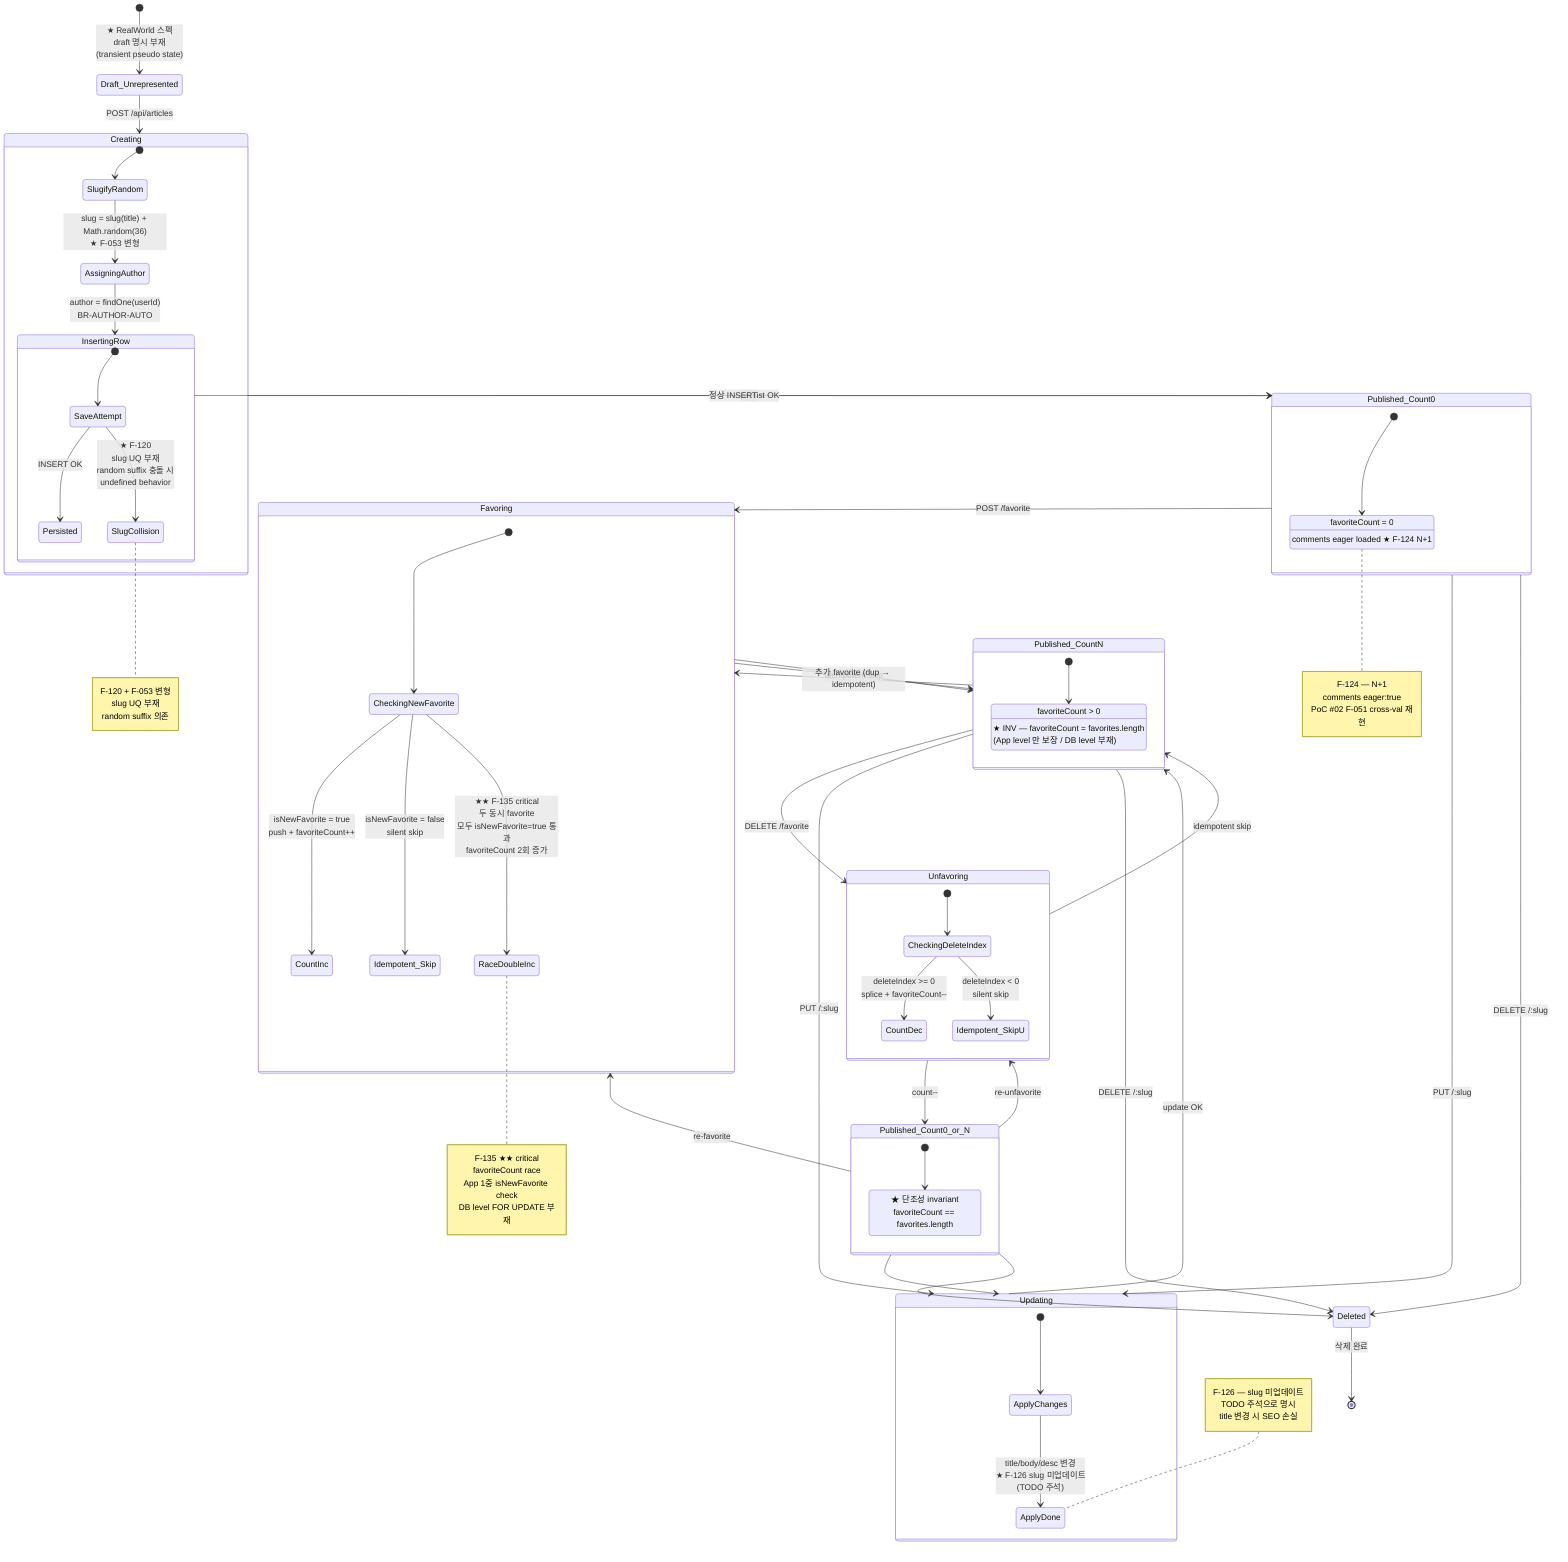
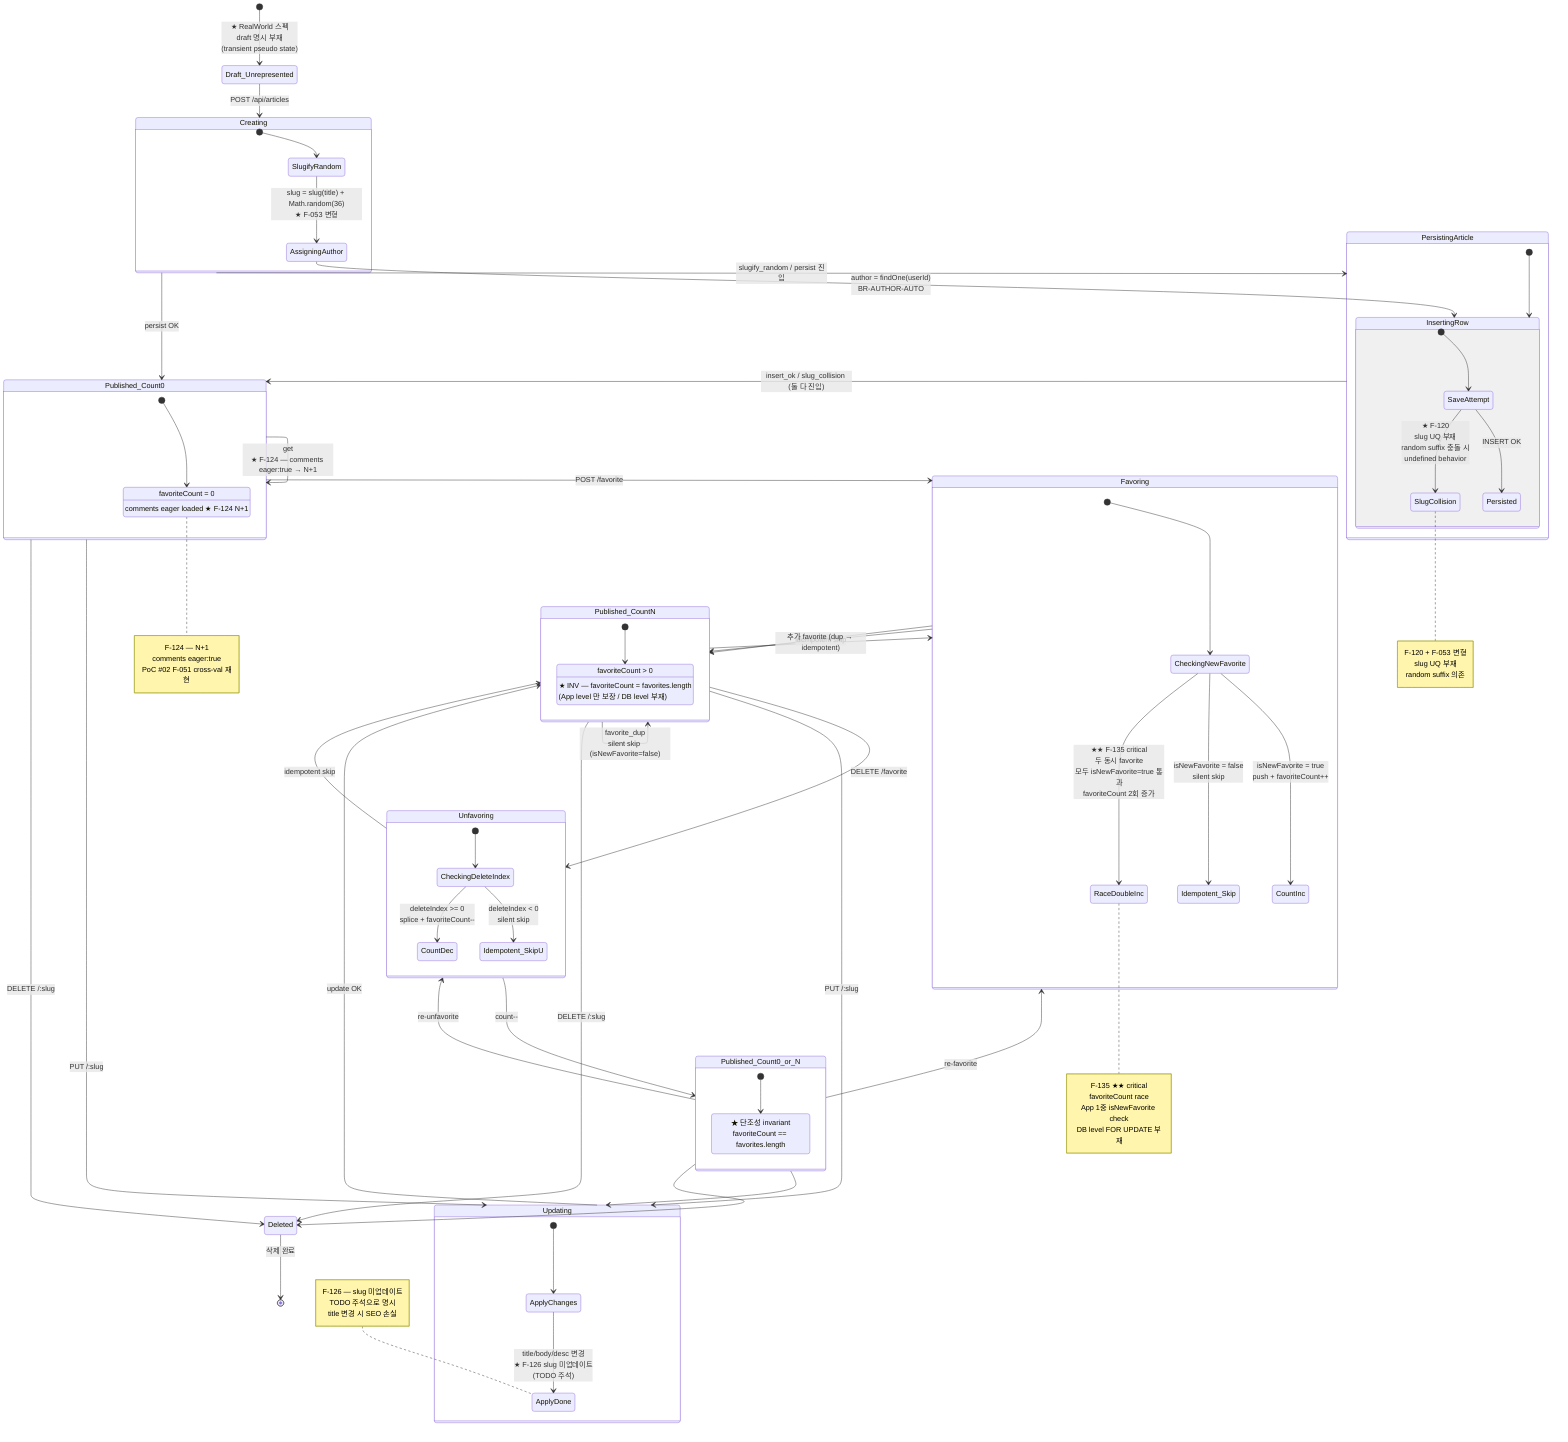
%% PoC #03 — Article Aggregate 생애주기 FSM (Phase 4.5)
%% ★ Counter Aggregate 집중 — favoriteCount 단조성 + slug 가변성 (Senior 권고)
%% 일자: 2026-04-30
%% Source of Truth: 코드 (src/article/article.service.ts + article.entity.ts)
%% Direction: B (코드 → L1)
%% 관련 BR: BR-ARTICLE-SLUG-AUTO-001 / BR-ARTICLE-FAVORITE-IDEMPOTENT-001 / BR-ARTICLE-UNFAVORITE-IDEMPOTENT-001 / BR-ARTICLE-AUTHOR-AUTO-001 / BR-ARTICLE-COMMENT-EAGER-001
%% Senior 위험: RealWorld 스펙상 draft/published 구분 ❌ — counter aggregate 측면 invariant 표현이 핵심 가치

stateDiagram-v2
    [*] --> Draft_Unrepresented: ★ RealWorld 스펙<br/>draft 명시 부재<br/>(transient pseudo state)

    Draft_Unrepresented --> Creating: POST /api/articles

    state Creating {
        [*] --> SlugifyRandom
        SlugifyRandom --> AssigningAuthor: slug = slug(title) + Math.random(36)<br/>★ F-053 변형
        AssigningAuthor --> InsertingRow: author = findOne(userId)<br/>BR-AUTHOR-AUTO
    }

-     state InsertingRow {
-         [*] --> SaveAttempt
-         SaveAttempt --> Persisted: INSERT OK
-         SaveAttempt --> SlugCollision: ★ F-120<br/>slug UQ 부재<br/>random suffix 충돌 시<br/>undefined behavior
+     state PersistingArticle {
+         [*] --> InsertingRow
+         state InsertingRow {
+             [*] --> SaveAttempt
+             SaveAttempt --> Persisted: INSERT OK
+             SaveAttempt --> SlugCollision: ★ F-120<br/>slug UQ 부재<br/>random suffix 충돌 시<br/>undefined behavior
+         }
    }

+     Creating --> PersistingArticle: slugify_random / persist 진입
    Creating --> Published_Count0: persist OK
-     InsertingRow --> Published_Count0: 정상 INSERT
+     PersistingArticle --> Published_Count0: insert_ok / slug_collision (둘 다 진입)

    state Published_Count0 {
        [*] --> Idle0
        Idle0: favoriteCount = 0
        Idle0: comments eager loaded ★ F-124 N+1
    }

+     Published_Count0 --> Published_Count0: add_comment (self-loop)
+     Published_Count0 --> Published_Count0: get<br/>★ F-124 — comments eager:true → N+1
    Published_Count0 --> Favoring: POST /favorite
    Published_Count0 --> Updating: PUT /:slug
    Published_Count0 --> Deleted: DELETE /:slug

    state Favoring {
        [*] --> CheckingNewFavorite
        CheckingNewFavorite --> CountInc: isNewFavorite = true<br/>push + favoriteCount++
        CheckingNewFavorite --> Idempotent_Skip: isNewFavorite = false<br/>silent skip
        CheckingNewFavorite --> RaceDoubleInc: ★★ F-135 critical<br/>두 동시 favorite<br/>모두 isNewFavorite=true 통과<br/>favoriteCount 2회 증가
    }

    Favoring --> Published_CountN: count++
    Favoring --> Published_CountN: idempotent skip

    state Published_CountN {
        [*] --> IdleN
        IdleN: favoriteCount > 0
        IdleN: ★ INV — favoriteCount = favorites.length<br/>(App level 만 보장 / DB level 부재)
    }

+     Published_CountN --> Published_CountN: favorite_dup<br/>silent skip (isNewFavorite=false)
    Published_CountN --> Unfavoring: DELETE /favorite
    Published_CountN --> Favoring: 추가 favorite (dup → idempotent)
    Published_CountN --> Updating: PUT /:slug
    Published_CountN --> Deleted: DELETE /:slug

    state Unfavoring {
        [*] --> CheckingDeleteIndex
        CheckingDeleteIndex --> CountDec: deleteIndex >= 0<br/>splice + favoriteCount--
        CheckingDeleteIndex --> Idempotent_SkipU: deleteIndex < 0<br/>silent skip
    }

    Unfavoring --> Published_Count0_or_N: count--
    Unfavoring --> Published_CountN: idempotent skip

    state Published_Count0_or_N {
        [*] --> IdleAny
        IdleAny: ★ 단조성 invariant<br/>favoriteCount == favorites.length
    }

    Published_Count0_or_N --> Favoring: re-favorite
    Published_Count0_or_N --> Unfavoring: re-unfavorite
    Published_Count0_or_N --> Updating
    Published_Count0_or_N --> Deleted

    state Updating {
        [*] --> ApplyChanges
        ApplyChanges --> ApplyDone: title/body/desc 변경<br/>★ F-126 slug 미업데이트<br/>(TODO 주석)
    }

    Updating --> Published_CountN: update OK

    Deleted --> [*]: 삭제 완료

    note right of RaceDoubleInc
        F-135 ★★ critical
        favoriteCount race
        App 1중 isNewFavorite check
        DB level FOR UPDATE 부재
    end note

    note right of SlugCollision
        F-120 + F-053 변형
        slug UQ 부재
        random suffix 의존
    end note

    note left of ApplyDone
        F-126 — slug 미업데이트
        TODO 주석으로 명시
        title 변경 시 SEO 손실
    end note

    note right of Idle0
        F-124 — N+1
        comments eager:true
        PoC #02 F-051 cross-val 재현
    end note
